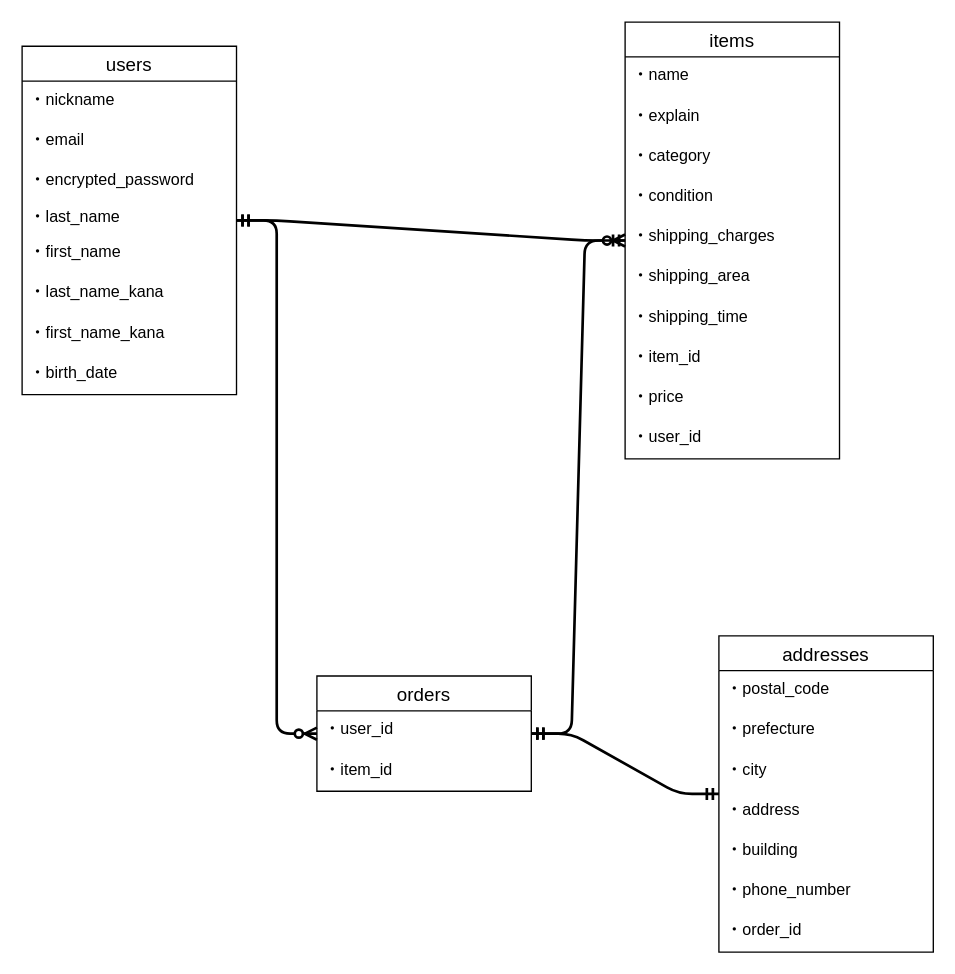
Above: furima.dio in ksk-6021/furima-35854 (draw.io), before the change. Source tidied: cells renumbered, new cells numbered last; positions are measured from the earlier drawing's top-left corner, leaving out a move shared by most shapes. Both pictures are drawn from the tidied source at 134%, with x=0, y=0 at pixel (21, 21).
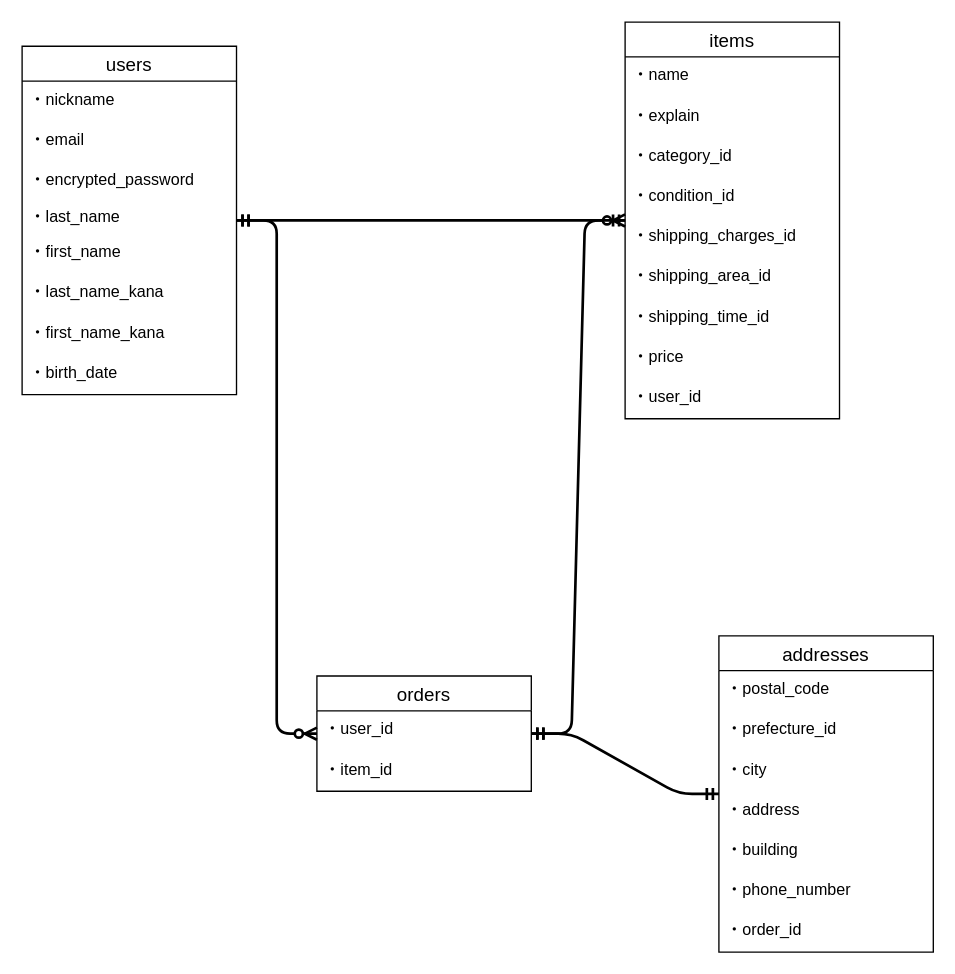
Above is the later version.

Commit message (it also covers changes not shown here):
データベース設計修正3

The change refers to these unchanged cells:
```xml
<mxCell id="24" value="addresses" style="swimlane;fontStyle=0;horizontal=1;startSize=26;align=center;fontSize=14;" parent="1" vertex="1">
  <mxGeometry x="520" y="458" width="160" height="236" as="geometry" />
</mxCell>
```

Change to the diagram source:
```diff
@@
     <mxCell id="10" value="items" style="swimlane;fontStyle=0;horizontal=1;startSize=26;align=center;fontSize=14;" parent="1" vertex="1">
-      <mxGeometry x="450" width="160" height="326" as="geometry" />
+      <mxGeometry x="450" width="160" height="296" as="geometry" />
     </mxCell>
@@
-    <mxCell id="13" value="・category" style="text;strokeColor=none;fillColor=none;spacingLeft=4;spacingRight=4;overflow=hidden;fontSize=12;" parent="10" vertex="1">
+    <mxCell id="13" value="・category_id" style="text;strokeColor=none;fillColor=none;spacingLeft=4;spacingRight=4;overflow=hidden;fontSize=12;" parent="10" vertex="1">
       <mxGeometry y="86" width="160" height="30" as="geometry" />
     </mxCell>
-    <mxCell id="14" value="・condition" style="text;strokeColor=none;fillColor=none;spacingLeft=4;spacingRight=4;overflow=hidden;fontSize=12;" parent="10" vertex="1">
+    <mxCell id="14" value="・condition_id" style="text;strokeColor=none;fillColor=none;spacingLeft=4;spacingRight=4;overflow=hidden;fontSize=12;" parent="10" vertex="1">
       <mxGeometry y="116" width="160" height="30" as="geometry" />
     </mxCell>
-    <mxCell id="15" value="・shipping_charges" style="text;strokeColor=none;fillColor=none;spacingLeft=4;spacingRight=4;overflow=hidden;fontSize=12;" parent="10" vertex="1">
+    <mxCell id="15" value="・shipping_charges_id" style="text;strokeColor=none;fillColor=none;spacingLeft=4;spacingRight=4;overflow=hidden;fontSize=12;" parent="10" vertex="1">
       <mxGeometry y="146" width="160" height="30" as="geometry" />
     </mxCell>
-    <mxCell id="16" value="・shipping_area" style="text;strokeColor=none;fillColor=none;spacingLeft=4;spacingRight=4;overflow=hidden;fontSize=12;" parent="10" vertex="1">
+    <mxCell id="16" value="・shipping_area_id" style="text;strokeColor=none;fillColor=none;spacingLeft=4;spacingRight=4;overflow=hidden;fontSize=12;" parent="10" vertex="1">
       <mxGeometry y="176" width="160" height="30" as="geometry" />
     </mxCell>
-    <mxCell id="17" value="・shipping_time" style="text;strokeColor=none;fillColor=none;spacingLeft=4;spacingRight=4;overflow=hidden;fontSize=12;" parent="10" vertex="1">
+    <mxCell id="17" value="・shipping_time_id" style="text;strokeColor=none;fillColor=none;spacingLeft=4;spacingRight=4;overflow=hidden;fontSize=12;" parent="10" vertex="1">
       <mxGeometry y="206" width="160" height="30" as="geometry" />
     </mxCell>
-    <mxCell id="18" value="・item_id" style="text;strokeColor=none;fillColor=none;spacingLeft=4;spacingRight=4;overflow=hidden;fontSize=12;" parent="10" vertex="1">
-      <mxGeometry y="236" width="160" height="30" as="geometry" />
-    </mxCell>
     <mxCell id="19" value="・price" style="text;strokeColor=none;fillColor=none;spacingLeft=4;spacingRight=4;overflow=hidden;fontSize=12;" parent="10" vertex="1">
-      <mxGeometry y="266" width="160" height="30" as="geometry" />
+      <mxGeometry y="236" width="160" height="30" as="geometry" />
     </mxCell>
     <mxCell id="20" value="・user_id" style="text;strokeColor=none;fillColor=none;spacingLeft=4;spacingRight=4;overflow=hidden;fontSize=12;" parent="10" vertex="1">
-      <mxGeometry y="296" width="160" height="30" as="geometry" />
+      <mxGeometry y="266" width="160" height="30" as="geometry" />
     </mxCell>
@@
-    <mxCell id="26" value="・prefecture" style="text;strokeColor=none;fillColor=none;spacingLeft=4;spacingRight=4;overflow=hidden;fontSize=12;" parent="24" vertex="1">
+    <mxCell id="26" value="・prefecture_id" style="text;strokeColor=none;fillColor=none;spacingLeft=4;spacingRight=4;overflow=hidden;fontSize=12;" parent="24" vertex="1">
       <mxGeometry y="56" width="160" height="30" as="geometry" />
     </mxCell>
```
